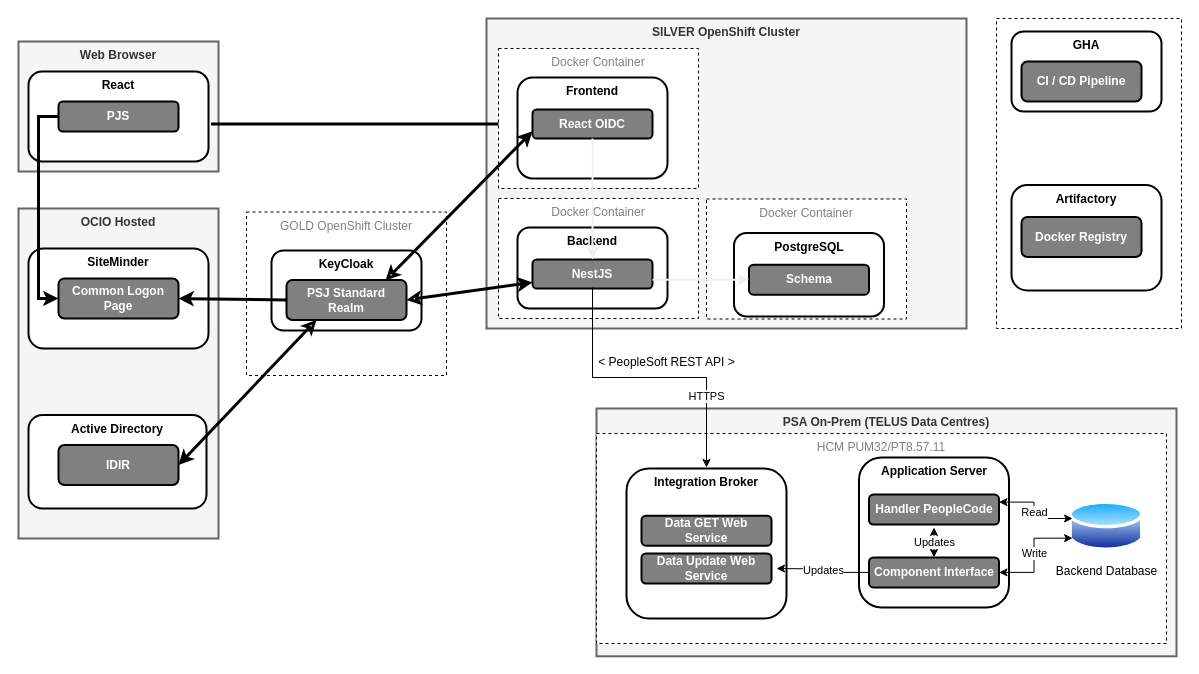
bcgov/psa-job-store keeps this draw.io diagram as page "Current State (2023)" (1 of 7) of docs/architecture/architecture.drawio. Above is the earlier version. Source tidied: cells renumbered, new cells numbered last; positions are measured from the earlier drawing's top-left corner, leaving out a move shared by most shapes. Both pictures are drawn from the tidied source at 100%, with x=0, y=0 at pixel (18, 18).
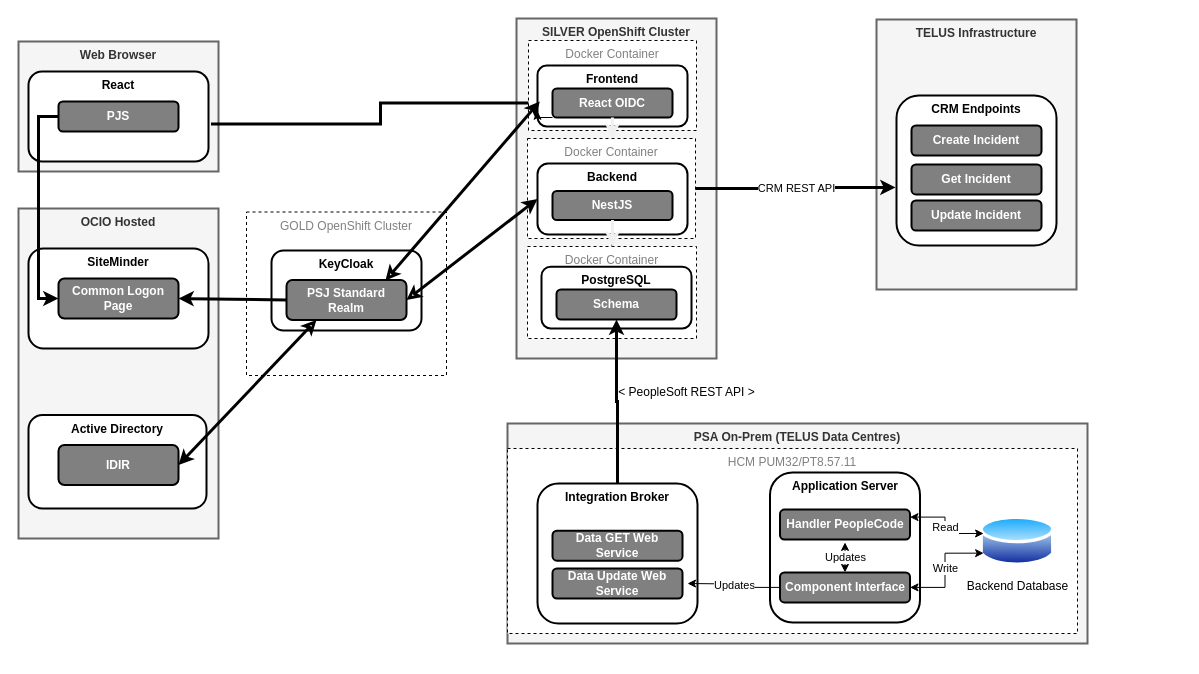
Above is the later version.

The change refers to these unchanged cells:
```xml
<mxCell id="15" value="PSJ Standard&lt;br&gt;Realm" style="rounded=1;whiteSpace=wrap;html=1;strokeWidth=2;fillColor=#808080;fontColor=#FFFFFF;fontStyle=1;" parent="1" vertex="1">
  <mxGeometry x="268" y="261.5" width="120" height="40" as="geometry" />
</mxCell>
```

What changed in the source:
```diff
@@
-    <mxCell id="2" style="rounded=0;whiteSpace=wrap;html=1;strokeWidth=1;fillColor=#FFFFFF;fontColor=#808080;dashed=1;verticalAlign=top;" parent="1" vertex="1">
-      <mxGeometry x="978" width="185" height="310" as="geometry" />
-    </mxCell>
+    <mxCell id="52" value="TELUS Infrastructure" style="rounded=0;whiteSpace=wrap;html=1;verticalAlign=top;fillColor=#f5f5f5;strokeColor=#666666;fontColor=#333333;strokeWidth=2;fontStyle=1;" parent="1" vertex="1">
+      <mxGeometry x="858" y="1" width="200" height="270" as="geometry" />
+    </mxCell>
@@
     <mxCell id="10" value="SILVER OpenShift Cluster" style="rounded=0;whiteSpace=wrap;html=1;verticalAlign=top;fillColor=#f5f5f5;strokeColor=#666666;fontColor=#333333;strokeWidth=2;fontStyle=1;" parent="1" vertex="1">
-      <mxGeometry x="468" width="480" height="310" as="geometry" />
+      <mxGeometry x="498" width="200" height="340" as="geometry" />
     </mxCell>
@@
     <mxCell id="16" value="Docker Container" style="rounded=0;whiteSpace=wrap;html=1;strokeWidth=1;fillColor=#FFFFFF;fontColor=#808080;dashed=1;verticalAlign=top;" parent="1" vertex="1">
-      <mxGeometry x="480" y="30" width="200" height="140" as="geometry" />
+      <mxGeometry x="510" y="22" width="168" height="90" as="geometry" />
     </mxCell>
@@
-    <mxCell id="20" value="GHA" style="rounded=1;whiteSpace=wrap;html=1;strokeWidth=2;verticalAlign=top;fontStyle=1;" parent="1" vertex="1">
-      <mxGeometry x="993" y="13" width="150" height="80" as="geometry" />
-    </mxCell>
-    <mxCell id="21" value="CI / CD Pipeline" style="rounded=1;whiteSpace=wrap;html=1;strokeWidth=2;fillColor=#808080;fontColor=#FFFFFF;fontStyle=1;" parent="1" vertex="1">
-      <mxGeometry x="1003" y="43" width="120" height="40" as="geometry" />
-    </mxCell>
     <mxCell id="22" value="Frontend" style="rounded=1;whiteSpace=wrap;html=1;strokeWidth=2;verticalAlign=top;fontStyle=1;" parent="1" vertex="1">
-      <mxGeometry x="499" y="59" width="150" height="101" as="geometry" />
+      <mxGeometry x="519" y="47" width="150" height="61" as="geometry" />
     </mxCell>
+    <mxCell id="53" style="edgeStyle=orthogonalEdgeStyle;rounded=0;jettySize=auto;html=1;exitX=0;exitY=1;exitDx=0;exitDy=0;entryX=0;entryY=0.75;entryDx=0;entryDy=0;" parent="1" edge="1" source="23" target="22">
+      <mxGeometry relative="1" as="geometry" />
+    </mxCell>
     <mxCell id="23" value="React OIDC" style="rounded=1;whiteSpace=wrap;html=1;strokeWidth=2;fillColor=#808080;fontColor=#FFFFFF;fontStyle=1;" parent="1" vertex="1">
-      <mxGeometry x="514" y="91" width="120" height="29" as="geometry" />
+      <mxGeometry x="534" y="70" width="120" height="29" as="geometry" />
     </mxCell>
-    <mxCell id="24" style="rounded=0;jettySize=auto;html=1;startArrow=classic;startFill=none;endArrow=classic;endFill=0;fontColor=#FFFFFF;entryX=0.825;entryY=0.013;entryDx=0;entryDy=0;strokeWidth=3;exitX=0;exitY=0.75;exitDx=0;exitDy=0;entryPerimeter=0;" parent="1" edge="1" source="23" target="15">
+    <mxCell id="24" style="rounded=0;jettySize=auto;html=1;startArrow=classic;startFill=none;endArrow=classic;endFill=0;fontColor=#FFFFFF;entryX=0.825;entryY=0.013;entryDx=0;entryDy=0;strokeWidth=3;exitX=0.015;exitY=0.59;exitDx=0;exitDy=0;entryPerimeter=0;exitPerimeter=0;" parent="1" edge="1" source="22" target="15">
       <mxGeometry relative="1" as="geometry" />
     </mxCell>
-    <mxCell id="25" style="edgeStyle=orthogonalEdgeStyle;rounded=0;jettySize=auto;html=1;entryX=0.5;entryY=1;entryDx=0;entryDy=0;" parent="1" edge="1" target="28">
-      <mxGeometry relative="1" as="geometry">
-        <mxPoint x="789.5" y="209.5" as="sourcePoint" />
-      </mxGeometry>
-    </mxCell>
+    <mxCell id="54" style="edgeStyle=orthogonalEdgeStyle;rounded=0;jettySize=auto;html=1;" parent="1" edge="1" source="26" target="33">
+      <mxGeometry relative="1" as="geometry" />
+    </mxCell>
     <mxCell id="26" value="Docker Container" style="rounded=0;whiteSpace=wrap;html=1;strokeWidth=1;fillColor=#FFFFFF;fontColor=#808080;dashed=1;verticalAlign=top;" parent="1" vertex="1">
-      <mxGeometry x="688" y="180.5" width="200" height="120" as="geometry" />
+      <mxGeometry x="509" y="228" width="169" height="92" as="geometry" />
     </mxCell>
     <mxCell id="27" value="PostgreSQL" style="rounded=1;whiteSpace=wrap;html=1;strokeWidth=2;verticalAlign=top;fontStyle=1;" parent="1" vertex="1">
-      <mxGeometry x="715.5" y="214.5" width="150" height="83.5" as="geometry" />
+      <mxGeometry x="523" y="248.2" width="150" height="61.8" as="geometry" />
     </mxCell>
     <mxCell id="28" value="Schema" style="rounded=1;whiteSpace=wrap;html=1;strokeWidth=2;fillColor=#808080;fontColor=#FFFFFF;fontStyle=1;" parent="1" vertex="1">
-      <mxGeometry x="730.5" y="246.2" width="120" height="30" as="geometry" />
+      <mxGeometry x="538" y="271" width="120" height="30" as="geometry" />
     </mxCell>
-    <mxCell id="29" value="Artifactory" style="rounded=1;whiteSpace=wrap;html=1;strokeWidth=2;verticalAlign=top;fontStyle=1;" parent="1" vertex="1">
-      <mxGeometry x="993" y="166.5" width="150" height="105.5" as="geometry" />
-    </mxCell>
-    <mxCell id="30" value="Docker Registry" style="rounded=1;whiteSpace=wrap;html=1;strokeWidth=2;fillColor=#808080;fontColor=#FFFFFF;fontStyle=1;" parent="1" vertex="1">
-      <mxGeometry x="1003" y="198.5" width="120" height="40" as="geometry" />
-    </mxCell>
     <mxCell id="31" value="Docker Container" style="rounded=0;whiteSpace=wrap;html=1;strokeWidth=1;fillColor=#FFFFFF;fontColor=#808080;dashed=1;verticalAlign=top;" parent="1" vertex="1">
-      <mxGeometry x="480" y="180" width="200" height="120" as="geometry" />
+      <mxGeometry x="509" y="120" width="168" height="100" as="geometry" />
     </mxCell>
     <mxCell id="32" value="Backend" style="rounded=1;whiteSpace=wrap;html=1;strokeWidth=2;verticalAlign=top;fontStyle=1;" parent="1" vertex="1">
-      <mxGeometry x="499" y="209" width="150" height="81" as="geometry" />
+      <mxGeometry x="519" y="145" width="150" height="71" as="geometry" />
     </mxCell>
     <mxCell id="33" value="NestJS" style="rounded=1;whiteSpace=wrap;html=1;strokeWidth=2;fillColor=#808080;fontColor=#FFFFFF;fontStyle=1;" parent="1" vertex="1">
-      <mxGeometry x="514" y="241" width="120" height="29" as="geometry" />
+      <mxGeometry x="534" y="172.5" width="120" height="29" as="geometry" />
     </mxCell>
-    <mxCell id="34" style="rounded=0;jettySize=auto;html=1;exitX=1;exitY=0.7;exitDx=0;exitDy=0;entryX=0;entryY=0.5;entryDx=0;entryDy=0;strokeColor=#f0f0f0;exitPerimeter=0;strokeWidth=2;startArrow=none;startFill=0;" parent="1" edge="1" source="33" target="28">
+    <mxCell id="34" style="rounded=0;jettySize=auto;html=1;exitX=0.5;exitY=1;exitDx=0;exitDy=0;strokeColor=#f0f0f0;strokeWidth=3;startArrow=none;startFill=0;" parent="1" edge="1" source="33" target="26">
       <mxGeometry relative="1" as="geometry" />
     </mxCell>
     <mxCell id="35" value="PSA On-Prem (TELUS Data Centres)" style="rounded=0;whiteSpace=wrap;html=1;verticalAlign=top;fillColor=#f5f5f5;strokeColor=#666666;fontColor=#333333;strokeWidth=2;fontStyle=1;" parent="1" vertex="1">
-      <mxGeometry x="578" y="390" width="580" height="247.8" as="geometry" />
+      <mxGeometry x="489" y="405" width="580" height="220" as="geometry" />
     </mxCell>
     <mxCell id="36" value="HCM&amp;nbsp;PUM32/PT8.57.11" style="rounded=0;whiteSpace=wrap;html=1;strokeWidth=1;fillColor=#FFFFFF;fontColor=#808080;dashed=1;verticalAlign=top;" parent="1" vertex="1">
-      <mxGeometry x="578" y="415" width="570" height="210" as="geometry" />
+      <mxGeometry x="489" y="430" width="570" height="185" as="geometry" />
     </mxCell>
     <mxCell id="37" value="Application Server" style="rounded=1;whiteSpace=wrap;html=1;strokeWidth=2;verticalAlign=top;fontStyle=1;" parent="1" vertex="1">
-      <mxGeometry x="840.5" y="438.9" width="150" height="150" as="geometry" />
+      <mxGeometry x="751.5" y="453.9" width="150" height="150" as="geometry" />
     </mxCell>
     <mxCell id="38" value="Backend Database" style="image;perimeter=ellipsePerimeter;html=1;align=center;shadow=0;dashed=0;spacingTop=3;image=img/lib/active_directory/database.svg;" parent="1" vertex="1">
-      <mxGeometry x="1050.5" y="480" width="75" height="55.5" as="geometry" />
+      <mxGeometry x="961.5" y="495" width="75" height="55.5" as="geometry" />
     </mxCell>
-    <mxCell id="39" style="rounded=0;jettySize=auto;html=1;exitX=0.5;exitY=1;exitDx=0;exitDy=0;entryX=0.5;entryY=0;entryDx=0;entryDy=0;strokeColor=#f0f0f0;strokeWidth=2;startArrow=none;startFill=0;" parent="1" edge="1" source="23" target="33">
+    <mxCell id="39" style="rounded=0;jettySize=auto;html=1;exitX=0.5;exitY=1;exitDx=0;exitDy=0;strokeColor=#f0f0f0;strokeWidth=3;startArrow=none;startFill=0;" parent="1" edge="1" source="23" target="31">
       <mxGeometry relative="1" as="geometry" />
     </mxCell>
     <mxCell id="40" value="Integration Broker" style="rounded=1;whiteSpace=wrap;html=1;strokeWidth=2;verticalAlign=top;fontStyle=1;" parent="1" vertex="1">
-      <mxGeometry x="608" y="450" width="160" height="150" as="geometry" />
+      <mxGeometry x="519" y="465" width="160" height="140" as="geometry" />
     </mxCell>
     <mxCell id="41" value="Handler PeopleCode" style="rounded=1;whiteSpace=wrap;html=1;strokeWidth=2;fillColor=#808080;fontColor=#FFFFFF;fontStyle=1;" parent="1" vertex="1">
-      <mxGeometry x="850.5" y="476.1" width="130" height="30" as="geometry" />
+      <mxGeometry x="761.5" y="491.1" width="130" height="30" as="geometry" />
     </mxCell>
     <mxCell id="42" value="Data GET Web Service" style="rounded=1;whiteSpace=wrap;html=1;strokeWidth=2;fillColor=#808080;fontColor=#FFFFFF;fontStyle=1;" parent="1" vertex="1">
-      <mxGeometry x="623" y="497.2" width="130" height="30" as="geometry" />
+      <mxGeometry x="534" y="512.2" width="130" height="30" as="geometry" />
     </mxCell>
-    <mxCell id="43" value="HTTPS" style="endArrow=classic;html=1;rounded=0;exitX=0.5;exitY=1;exitDx=0;exitDy=0;edgeStyle=elbowEdgeStyle;elbow=vertical;entryX=0.5;entryY=0;entryDx=0;entryDy=0;" parent="1" edge="1">
-      <mxGeometry x="0.52" relative="1" as="geometry">
-        <mxPoint x="574" y="269" as="sourcePoint" />
-        <mxPoint x="688" y="449" as="targetPoint" />
-      </mxGeometry>
-    </mxCell>
     <mxCell id="44" value="Data Update Web Service" style="rounded=1;whiteSpace=wrap;html=1;strokeWidth=2;fillColor=#808080;fontColor=#FFFFFF;fontStyle=1;" parent="1" vertex="1">
-      <mxGeometry x="623" y="535" width="130" height="30" as="geometry" />
+      <mxGeometry x="534" y="550" width="130" height="30" as="geometry" />
     </mxCell>
     <mxCell id="45" value="Updates" style="edgeStyle=orthogonalEdgeStyle;rounded=0;jettySize=auto;html=1;" parent="1" edge="1" source="46">
       <mxGeometry relative="1" as="geometry">
-        <mxPoint x="758" y="550" as="targetPoint" />
+        <mxPoint x="669" y="565" as="targetPoint" />
       </mxGeometry>
     </mxCell>
     <mxCell id="46" value="Component Interface" style="rounded=1;whiteSpace=wrap;html=1;strokeWidth=2;fillColor=#808080;fontColor=#FFFFFF;fontStyle=1;" parent="1" vertex="1">
-      <mxGeometry x="850.5" y="538.9" width="130" height="30" as="geometry" />
+      <mxGeometry x="761.5" y="553.9" width="130" height="30" as="geometry" />
     </mxCell>
@@
     <mxCell id="48" value="Updates" style="endArrow=classic;startArrow=classic;html=1;rounded=0;exitX=0.5;exitY=0;exitDx=0;exitDy=0;" parent="1" edge="1" source="46">
       <mxGeometry relative="1" as="geometry">
-        <mxPoint x="915.5" y="508.9" as="targetPoint" />
+        <mxPoint x="826.5" y="523.9" as="targetPoint" />
       </mxGeometry>
     </mxCell>
-    <mxCell id="49" style="rounded=0;jettySize=auto;html=1;startArrow=classic;startFill=none;endArrow=classic;endFill=0;fontColor=#FFFFFF;entryX=1;entryY=0.5;entryDx=0;entryDy=0;strokeWidth=3;" parent="1" edge="1" source="33" target="15">
+    <mxCell id="49" style="rounded=0;jettySize=auto;html=1;startArrow=classic;startFill=none;endArrow=classic;endFill=0;fontColor=#FFFFFF;entryX=1;entryY=0.5;entryDx=0;entryDy=0;strokeWidth=3;exitX=0;exitY=0.5;exitDx=0;exitDy=0;" parent="1" edge="1" source="32" target="15">
       <mxGeometry relative="1" as="geometry" />
     </mxCell>
+    <mxCell id="55" style="edgeStyle=orthogonalEdgeStyle;rounded=0;jettySize=auto;html=1;strokeWidth=3;exitX=0.5;exitY=0;exitDx=0;exitDy=0;" parent="1" edge="1" source="40" target="28">
+      <mxGeometry relative="1" as="geometry" />
+    </mxCell>
     <mxCell id="50" value="&lt;font style=&quot;font-size: 12px; font-weight: normal;&quot;&gt;&amp;lt; PeopleSoft REST API &amp;gt;&lt;/font&gt;" style="text;strokeColor=none;fillColor=none;html=1;fontSize=24;fontStyle=1;verticalAlign=middle;align=center;" parent="1" vertex="1">
-      <mxGeometry x="598" y="320" width="100" height="40" as="geometry" />
+      <mxGeometry x="618" y="350" width="100" height="40" as="geometry" />
     </mxCell>
@@
+    <mxCell id="56" value="CRM Endpoints" style="rounded=1;whiteSpace=wrap;html=1;strokeWidth=2;verticalAlign=top;fontStyle=1;" parent="1" vertex="1">
+      <mxGeometry x="878" y="77" width="160" height="150" as="geometry" />
+    </mxCell>
+    <mxCell id="57" value="Create Incident" style="rounded=1;whiteSpace=wrap;html=1;strokeWidth=2;fillColor=#808080;fontColor=#FFFFFF;fontStyle=1;" parent="1" vertex="1">
+      <mxGeometry x="893" y="107" width="130" height="30" as="geometry" />
+    </mxCell>
+    <mxCell id="58" value="Get Incident" style="rounded=1;whiteSpace=wrap;html=1;strokeWidth=2;fillColor=#808080;fontColor=#FFFFFF;fontStyle=1;" parent="1" vertex="1">
+      <mxGeometry x="893" y="145.9" width="130" height="30" as="geometry" />
+    </mxCell>
+    <mxCell id="59" value="Update Incident" style="rounded=1;whiteSpace=wrap;html=1;strokeWidth=2;fillColor=#808080;fontColor=#FFFFFF;fontStyle=1;" parent="1" vertex="1">
+      <mxGeometry x="893" y="182" width="130" height="30" as="geometry" />
+    </mxCell>
+    <mxCell id="60" value="CRM REST API" style="edgeStyle=orthogonalEdgeStyle;rounded=0;jettySize=auto;html=1;strokeWidth=3;exitX=1;exitY=0.5;exitDx=0;exitDy=0;entryX=-0.006;entryY=0.613;entryDx=0;entryDy=0;entryPerimeter=0;" parent="1" edge="1" source="31" target="56">
+      <mxGeometry relative="1" as="geometry" />
+    </mxCell>
```
